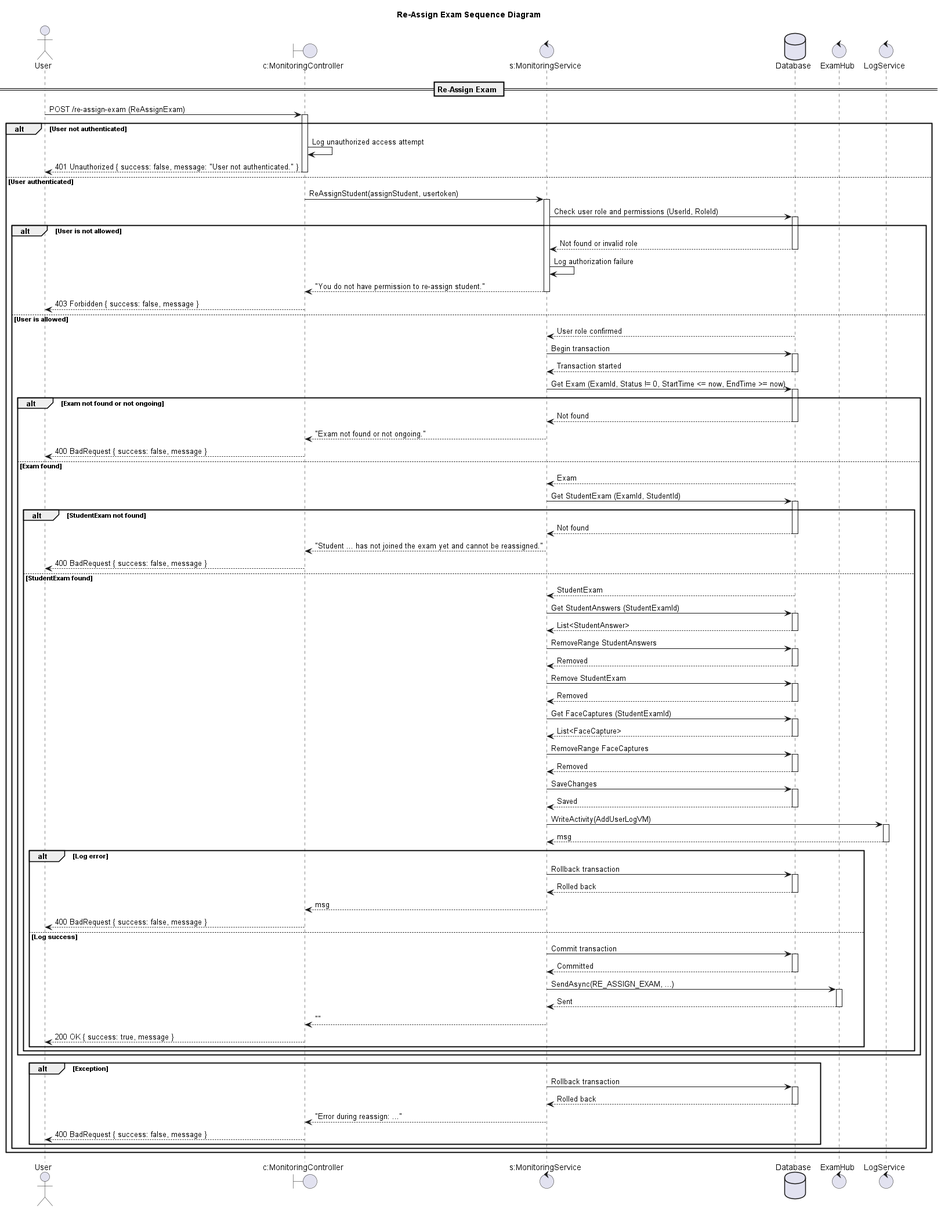
The PlantUML diagram design/out/reassignstudentsequencediagram/reassignstudentsequencediagram.png in conghoan1211/AI-Kiosk-Testing-system, before a commit.
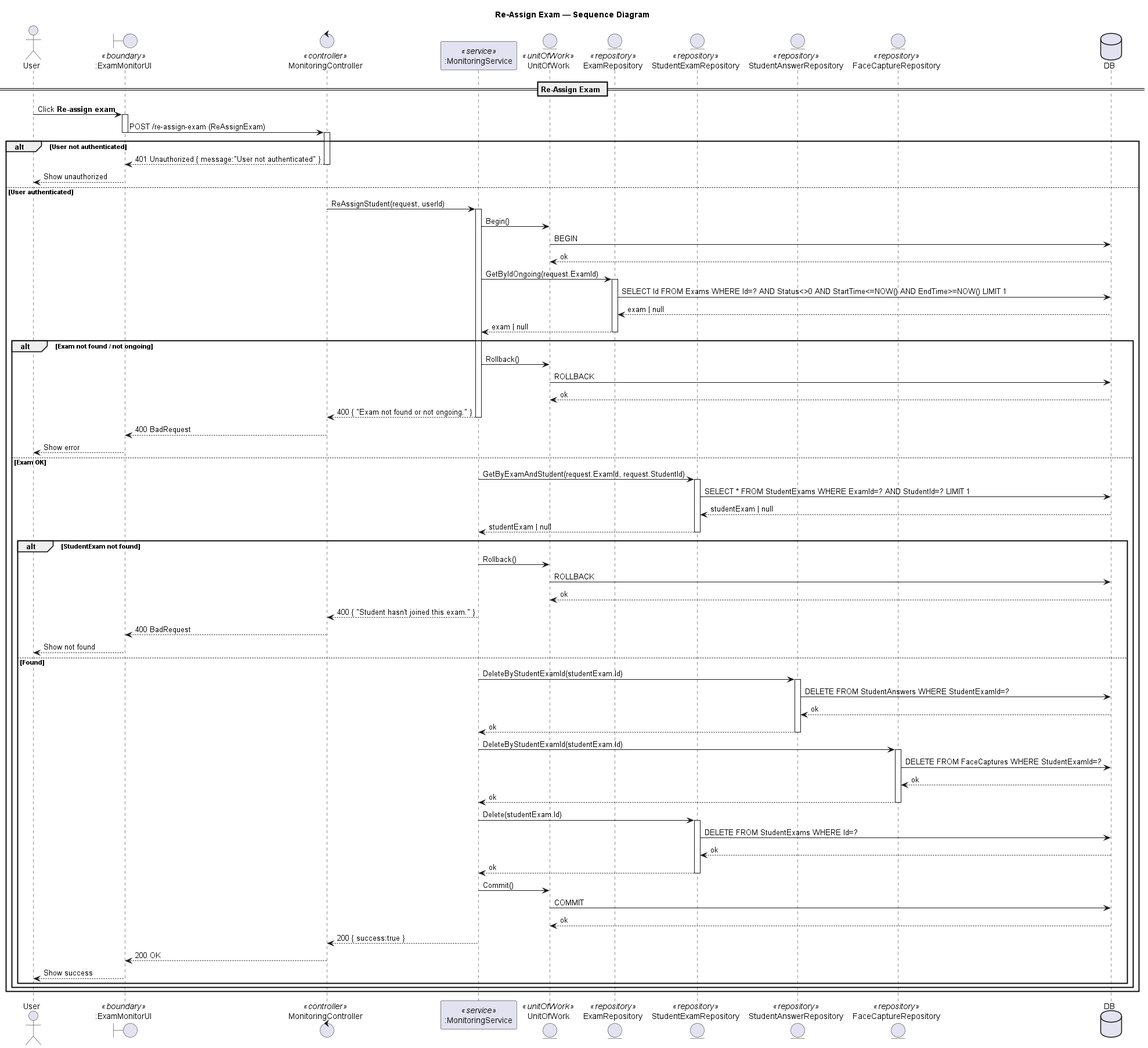
The same diagram one commit later.

Diff of the diagram source:
```diff
@@ -1,134 +1,104 @@
 @startuml
-
-title Re-Assign Exam Sequence Diagram
+title Re-Assign Exam — Sequence Diagram
 
 actor "User" as Client
-boundary "c:MonitoringController" as Controller
-control "s:MonitoringService" as Service
-database "Database" as DB
-control "ExamHub" as Hub
-control "LogService" as Log
+boundary ":ExamMonitorUI" as UI <<boundary>>
+control "MonitoringController" as Controller <<controller>>
+participant ":MonitoringService" as Service <<service>>
+entity "UnitOfWork" as UoW <<unitOfWork>>
+entity "ExamRepository" as ExamRepo <<repository>>
+entity "StudentExamRepository" as StuExamRepo <<repository>>
+entity "StudentAnswerRepository" as AnsRepo <<repository>>
+entity "FaceCaptureRepository" as FaceRepo <<repository>>
+
+
+database "DB" as DB
 
 == Re-Assign Exam ==
 
-Client -> Controller: POST /re-assign-exam (ReAssignExam)
+Client -> UI: Click **Re-assign exam**
+activate UI
+UI -> Controller: POST /re-assign-exam (ReAssignExam)
+deactivate UI
 activate Controller
 
 alt User not authenticated
-    Controller -> Controller: Log unauthorized access attempt
-    Controller --> Client: 401 Unauthorized { success: false, message: "User not authenticated." }
+  Controller --> UI: 401 Unauthorized { message:"User not authenticated" }
+  deactivate Controller
+  UI --> Client: Show unauthorized
+else User authenticated
+  Controller -> Service: ReAssignStudent(request, userId)
+  activate Service
+
+  Service -> UoW: Begin()
+  UoW -> DB: BEGIN
+  DB --> UoW: ok
+
+  Service -> ExamRepo: GetByIdOngoing(request.ExamId)
+  activate ExamRepo
+  ExamRepo -> DB: SELECT Id FROM Exams WHERE Id=? AND Status<>0 AND StartTime<=NOW() AND EndTime>=NOW() LIMIT 1
+  DB --> ExamRepo: exam | null
+  ExamRepo --> Service: exam | null
+  deactivate ExamRepo
+
+  alt Exam not found / not ongoing
+    Service -> UoW: Rollback()
+    UoW -> DB: ROLLBACK
+    DB --> UoW: ok
+    Service --> Controller: 400 { "Exam not found or not ongoing." }
+    deactivate Service
+    Controller --> UI: 400 BadRequest
     deactivate Controller
-else User authenticated
-    Controller -> Service: ReAssignStudent(assignStudent, usertoken)
-    activate Service
+    UI --> Client: Show error
+  else Exam OK
+    Service -> StuExamRepo: GetByExamAndStudent(request.ExamId, request.StudentId)
+    activate StuExamRepo
+    StuExamRepo -> DB: SELECT * FROM StudentExams WHERE ExamId=? AND StudentId=? LIMIT 1
+    DB --> StuExamRepo: studentExam | null
+    StuExamRepo --> Service: studentExam | null
+    deactivate StuExamRepo
 
-    Service -> DB: Check user role and permissions (UserId, RoleId)
-    activate DB
-    alt User is not allowed
-        DB --> Service: Not found or invalid role
-        deactivate DB
-        Service -> Service: Log authorization failure
-        Service --> Controller: "You do not have permission to re-assign student."
-        deactivate Service
-        Controller --> Client: 403 Forbidden { success: false, message }
-        deactivate Controller
-    else User is allowed
-        DB --> Service: User role confirmed
-        deactivate DB
+    alt StudentExam not found
+      Service -> UoW: Rollback()
+      UoW -> DB: ROLLBACK
+      DB --> UoW: ok
+      Service --> Controller: 400 { "Student hasn't joined this exam." }
+      deactivate Service
+      Controller --> UI: 400 BadRequest
+      deactivate Controller
+      UI --> Client: Show not found
+    else Found
+      Service -> AnsRepo: DeleteByStudentExamId(studentExam.Id)
+      activate AnsRepo
+      AnsRepo -> DB: DELETE FROM StudentAnswers WHERE StudentExamId=?
+      DB --> AnsRepo: ok
+      AnsRepo --> Service: ok
+      deactivate AnsRepo
 
-        Service -> DB: Begin transaction
-        activate DB
-        DB --> Service: Transaction started
-        deactivate DB
+      Service -> FaceRepo: DeleteByStudentExamId(studentExam.Id)
+      activate FaceRepo
+      FaceRepo -> DB: DELETE FROM FaceCaptures WHERE StudentExamId=?
+      DB --> FaceRepo: ok
+      FaceRepo --> Service: ok
+      deactivate FaceRepo
 
-        Service -> DB: Get Exam (ExamId, Status != 0, StartTime <= now, EndTime >= now)
-        activate DB
-        alt Exam not found or not ongoing
-            DB --> Service: Not found
-            deactivate DB
-            Service --> Controller: "Exam not found or not ongoing."
-            deactivate Service
-            Controller --> Client: 400 BadRequest { success: false, message }
-            deactivate Controller
-        else Exam found
-            DB --> Service: Exam
-            deactivate DB
-            Service -> DB: Get StudentExam (ExamId, StudentId)
-            activate DB
-            alt StudentExam not found
-                DB --> Service: Not found
-                deactivate DB
-                Service --> Controller: "Student ... has not joined the exam yet and cannot be reassigned."
-                deactivate Service
-                Controller --> Client: 400 BadRequest { success: false, message }
-                deactivate Controller
-            else StudentExam found
-                DB --> Service: StudentExam
-                deactivate DB
-                Service -> DB: Get StudentAnswers (StudentExamId)
-                activate DB
-                DB --> Service: List<StudentAnswer>
-                deactivate DB
-                Service -> DB: RemoveRange StudentAnswers
-                activate DB
-                DB --> Service: Removed
-                deactivate DB
-                Service -> DB: Remove StudentExam
-                activate DB
-                DB --> Service: Removed
-                deactivate DB
-                Service -> DB: Get FaceCaptures (StudentExamId)
-                activate DB
-                DB --> Service: List<FaceCapture>
-                deactivate DB
-                Service -> DB: RemoveRange FaceCaptures
-                activate DB
-                DB --> Service: Removed
-                deactivate DB
-                Service -> DB: SaveChanges
-                activate DB
-                DB --> Service: Saved
-                deactivate DB
-                Service -> Log: WriteActivity(AddUserLogVM)
-                activate Log
-                Log --> Service: msg
-                deactivate Log
-                alt Log error
-                    Service -> DB: Rollback transaction
-                    activate DB
-                    DB --> Service: Rolled back
-                    deactivate DB
-                    Service --> Controller: msg
-                    deactivate Service
-                    Controller --> Client: 400 BadRequest { success: false, message }
-                    deactivate Controller
-                else Log success
-                    Service -> DB: Commit transaction
-                    activate DB
-                    DB --> Service: Committed
-                    deactivate DB
-                    Service -> Hub: SendAsync(RE_ASSIGN_EXAM, ...)
-                    activate Hub
-                    Hub --> Service: Sent
-                    deactivate Hub
-                    Service --> Controller: ""
-                    deactivate Service
-                    Controller --> Client: 200 OK { success: true, message }
-                    deactivate Controller
-                end alt
-            end alt
-        end alt
-        alt Exception
-            Service -> DB: Rollback transaction
-            activate DB
-            DB --> Service: Rolled back
-            deactivate DB
-            Service --> Controller: "Error during reassign: ..."
-            deactivate Service
-            Controller --> Client: 400 BadRequest { success: false, message }
-            deactivate Controller
-        end alt
+      Service -> StuExamRepo: Delete(studentExam.Id)
+      activate StuExamRepo
+      StuExamRepo -> DB: DELETE FROM StudentExams WHERE Id=?
+      DB --> StuExamRepo: ok
+      StuExamRepo --> Service: ok
+      deactivate StuExamRepo
+
+      Service -> UoW: Commit()
+      UoW -> DB: COMMIT
+      DB --> UoW: ok
+
+      Service --> Controller: 200 { success:true }
+      deactivate Service
+      Controller --> UI: 200 OK
+      deactivate Controller
+      UI --> Client: Show success
     end alt
+  end alt
 end alt
-
 @enduml
```
